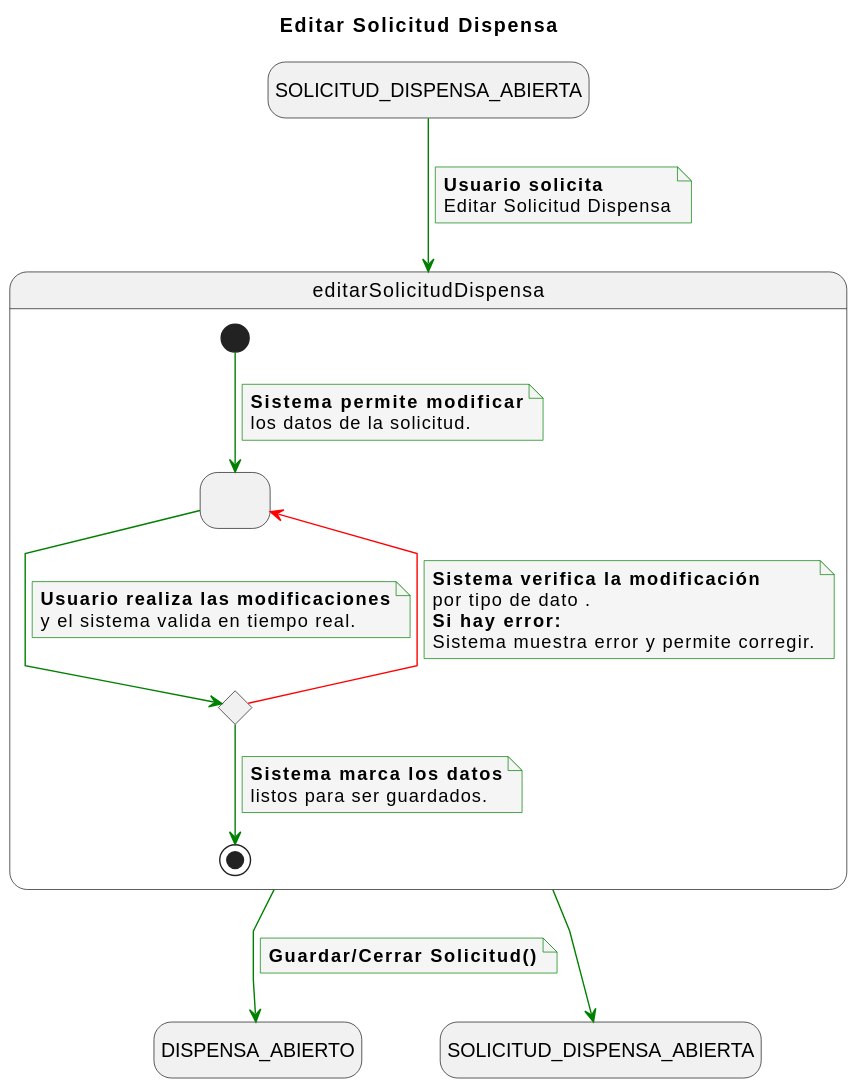
Before: documents/CasosDeUso/DetalladoCasosDeUso/Secretaria/editarSolicitudDispensa.svg, a diagram exported from PlantUML (enmabry/25-26-IdSw1-SdR). Its diagram source:
```plantuml
@startuml
title Editar Solicitud Dispensa

skinparam {
    NoteBackgroundColor #whiteSmoke
    ArrowColor #green
    NoteBorderColor #green
    linetype polyline
}

hide empty description

state startState as "SOLICITUD_DISPENSA_ABIERTA"
state endState1 as "DISPENSA_ABIERTO"
state endState2 as "SOLICITUD_DISPENSA_ABIERTA"

startState --> editarSolicitudDispensa
note on link
    <b>Usuario solicita</b>
    Editar Solicitud Dispensa
end note

state editarSolicitudDispensa {
    state PermitirModificacion as " "
    state ValidarModificaciones <<choice>>

    [*] --> PermitirModificacion
    note on link
        <b>Sistema permite modificar</b>
        los datos de la solicitud.
    end note

    PermitirModificacion --> ValidarModificaciones
    note on link
        <b>Usuario realiza las modificaciones</b>
        y el sistema valida en tiempo real.
    end note

    ValidarModificaciones -[#red]-> PermitirModificacion
    note on link
        <b>Sistema verifica la modificación</b>
        por tipo de dato .
        <b>Si hay error:</b>
        Sistema muestra error y permite corregir.
    end note

    ValidarModificaciones --> [*]
    note on link
        <b>Sistema marca los datos</b>
        listos para ser guardados.
    end note
}


editarSolicitudDispensa --> endState1
note on link
    <b>Guardar/Cerrar Solicitud()</b>
end note

editarSolicitudDispensa --> endState2
@enduml
```
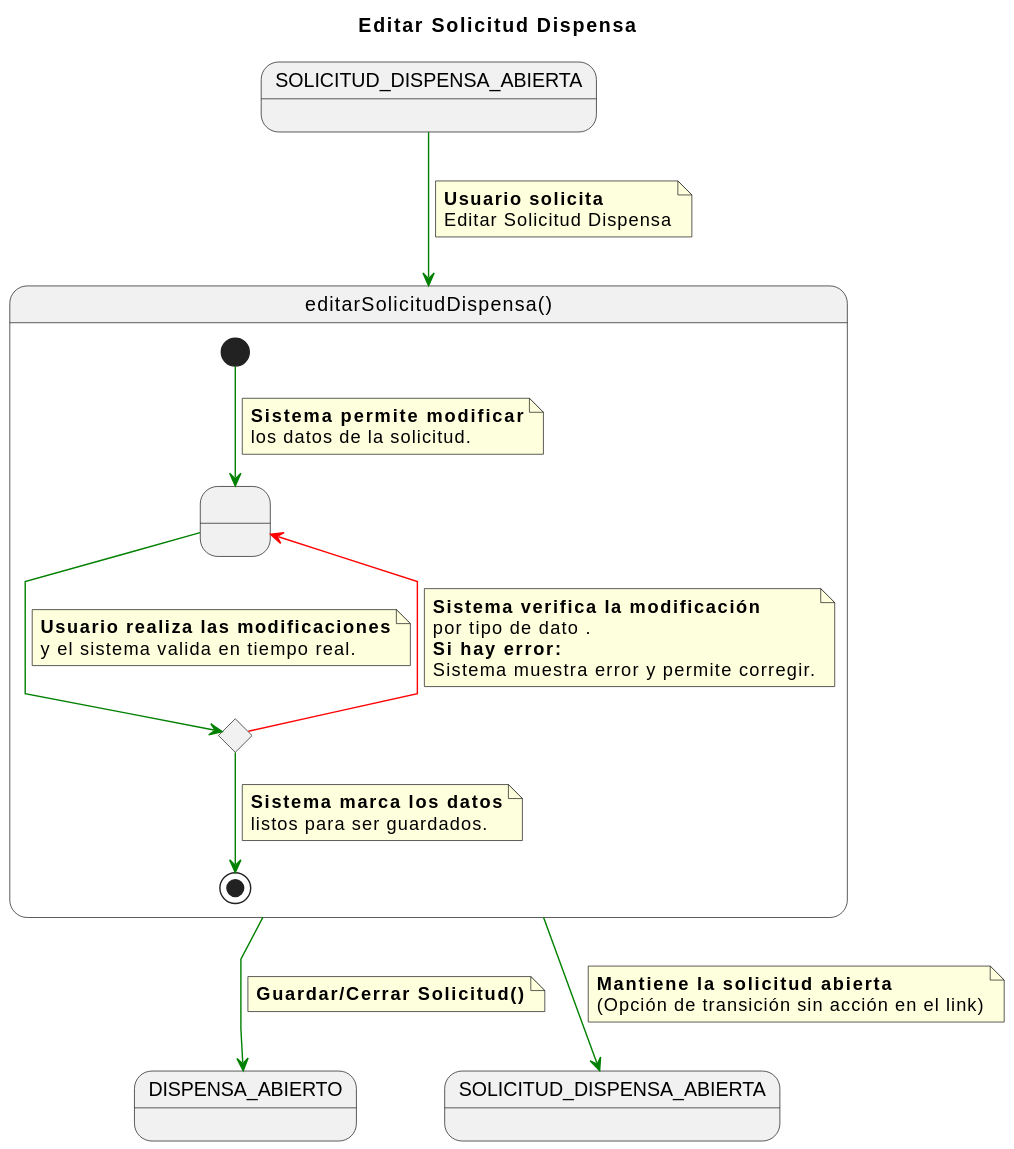
After the commit.

The edit, as a diff of the source:
```diff
@@ -1,36 +1,29 @@
 @startuml
 title Editar Solicitud Dispensa
 
-skinparam {
-    NoteBackgroundColor #whiteSmoke
-    ArrowColor #green
-    NoteBorderColor #green
-    linetype polyline
-}
-
-hide empty description
+skinparam linetype polyline
 
 state startState as "SOLICITUD_DISPENSA_ABIERTA"
 state endState1 as "DISPENSA_ABIERTO"
 state endState2 as "SOLICITUD_DISPENSA_ABIERTA"
 
-startState --> editarSolicitudDispensa
+startState -[#green]-> editarSolicitudDispensa
 note on link
     <b>Usuario solicita</b>
     Editar Solicitud Dispensa
 end note
 
-state editarSolicitudDispensa {
+state editarSolicitudDispensa as "editarSolicitudDispensa()" {
     state PermitirModificacion as " "
     state ValidarModificaciones <<choice>>
 
-    [*] --> PermitirModificacion
+    [*] -[#green]-> PermitirModificacion
     note on link
         <b>Sistema permite modificar</b>
         los datos de la solicitud.
     end note
 
-    PermitirModificacion --> ValidarModificaciones
+    PermitirModificacion -[#green]-> ValidarModificaciones
     note on link
         <b>Usuario realiza las modificaciones</b>
         y el sistema valida en tiempo real.
@@ -44,7 +37,7 @@
         Sistema muestra error y permite corregir.
     end note
 
-    ValidarModificaciones --> [*]
+    ValidarModificaciones -[#green]-> [*]
     note on link
         <b>Sistema marca los datos</b>
         listos para ser guardados.
@@ -52,10 +45,14 @@
 }
 
 
-editarSolicitudDispensa --> endState1
+editarSolicitudDispensa -[#green]-> endState1
 note on link
     <b>Guardar/Cerrar Solicitud()</b>
 end note
 
-editarSolicitudDispensa --> endState2
+editarSolicitudDispensa -[#green]-> endState2
+note on link
+    <b>Mantiene la solicitud abierta</b>
+    (Opción de transición sin acción en el link)
+end note
 @enduml
```
